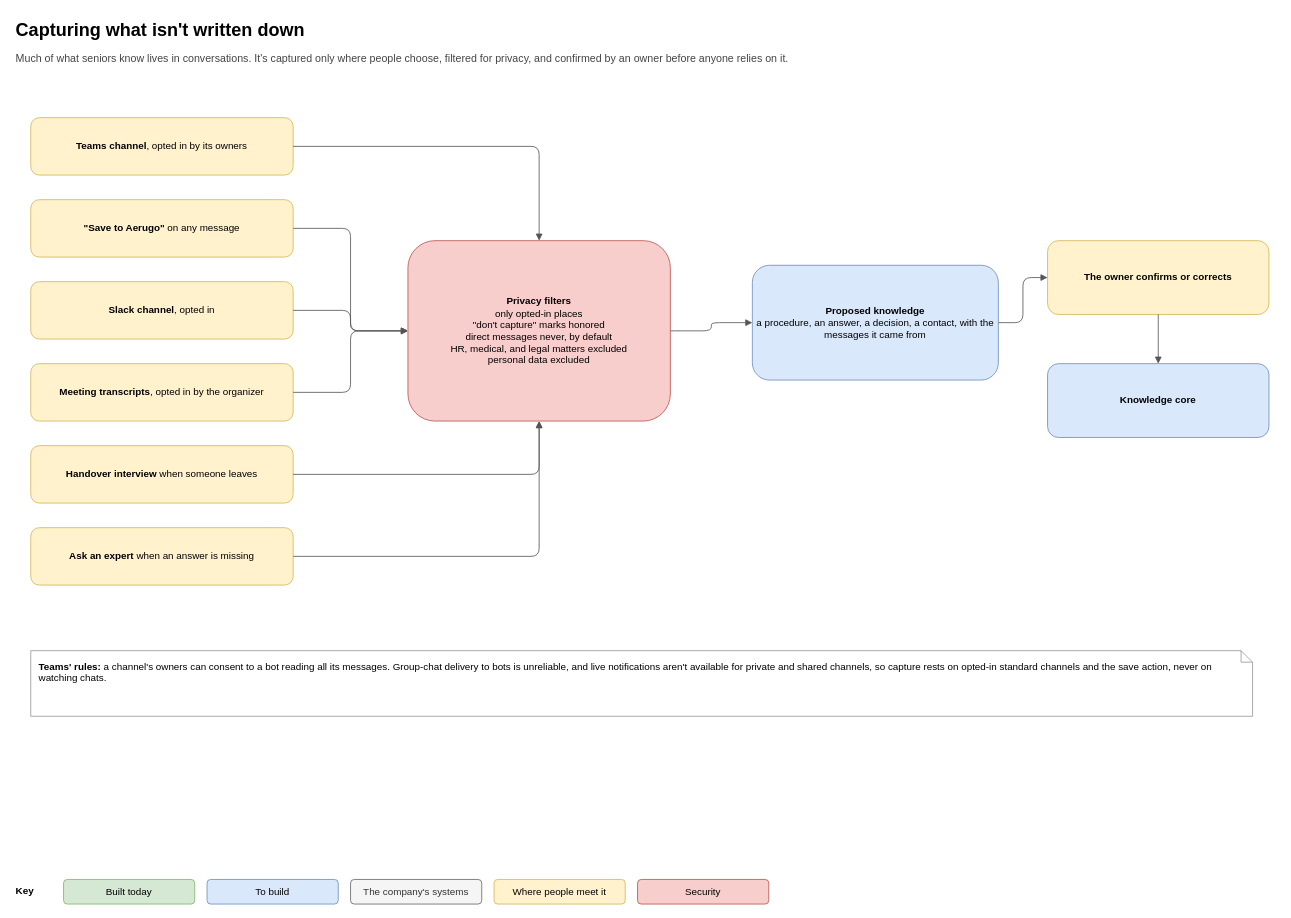
Above: page "6. Capture" (6 of 10) of docs/architecture/aerugo-architecture.drawio in aerugo-hq/aerugo-self-host (draw.io), before the change. Source tidied: cells renumbered, new cells numbered last; positions are measured from the earlier drawing's top-left corner, leaving out a move shared by most shapes. Both pictures are drawn from the tidied source at 82%, with x=0, y=0 at pixel (14, 14).
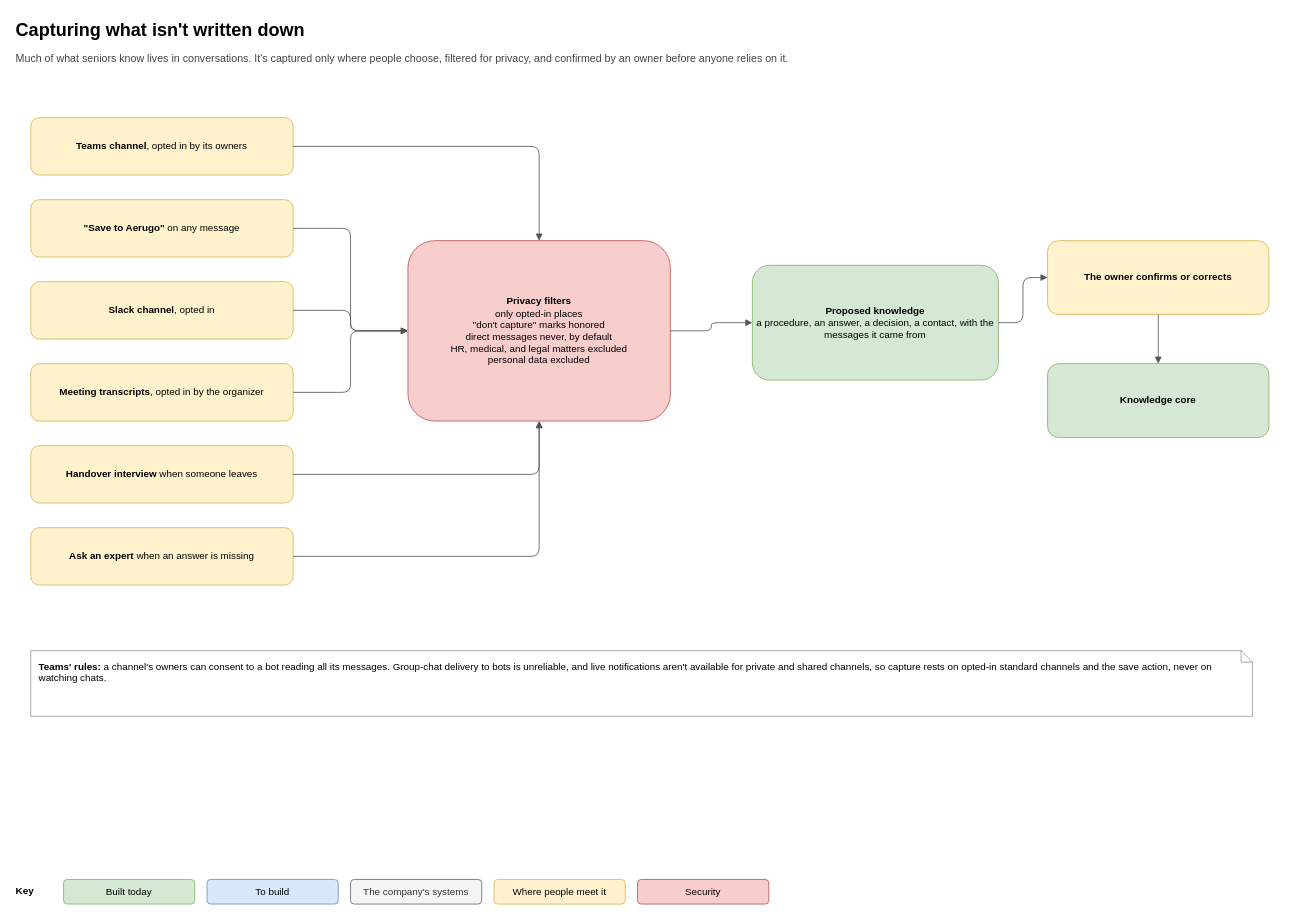
Above is the later version.

What changed in the source:
```diff
@@
-    <mxCell id="11" value="&lt;b&gt;Proposed knowledge&lt;/b&gt;&lt;br&gt;a procedure, an answer, a decision, a contact, with the messages it came from" style="rounded=1;whiteSpace=wrap;html=1;fillColor=#dae8fc;strokeColor=#6c8ebf;fontSize=12;" parent="1" vertex="1">
+    <mxCell id="11" value="&lt;b&gt;Proposed knowledge&lt;/b&gt;&lt;br&gt;a procedure, an answer, a decision, a contact, with the messages it came from" style="rounded=1;whiteSpace=wrap;html=1;fillColor=#d5e8d4;strokeColor=#82b366;fontSize=12;" parent="1" vertex="1">
       <mxGeometry x="900" y="306" width="300" height="140" as="geometry" />
     </mxCell>
@@
-    <mxCell id="13" value="&lt;b&gt;Knowledge core&lt;/b&gt;" style="rounded=1;whiteSpace=wrap;html=1;fillColor=#dae8fc;strokeColor=#6c8ebf;fontSize=12;" parent="1" vertex="1">
+    <mxCell id="13" value="&lt;b&gt;Knowledge core&lt;/b&gt;" style="rounded=1;whiteSpace=wrap;html=1;fillColor=#d5e8d4;strokeColor=#82b366;fontSize=12;" parent="1" vertex="1">
       <mxGeometry x="1260" y="426" width="270" height="90" as="geometry" />
     </mxCell>
```
